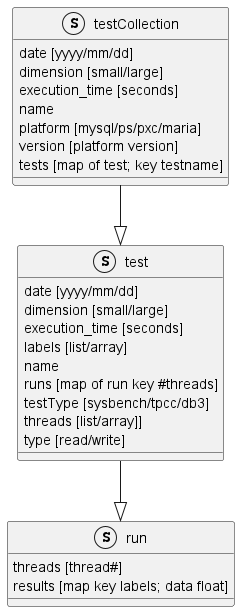
Tusamarco/sysbench-graph-creator keeps this PlantUML diagram as uml/objects.png. Above is the earlier version. Its diagram source:
```plantuml
@startuml

struct testCollection
struct test
struct run

testCollection --|> test
test --|> run



Struct testCollection{
date [yyyy/mm/dd]
dimension [small/large]
execution_time [seconds]
name
platform [mysql/ps/pxc/maria]
version [platform version]
tests [map of test; key testname]
}


Struct run{
threads [thread#]
results [map key labels; data float]
}

struct test {
date [yyyy/mm/dd]
dimension [small/large]
execution_time [seconds]
labels [list/array]
name
runs [map of run key #threads]
testType [sysbench/tpcc/db3]
threads [list/array]]
type [read/write]
}


@enduml
```
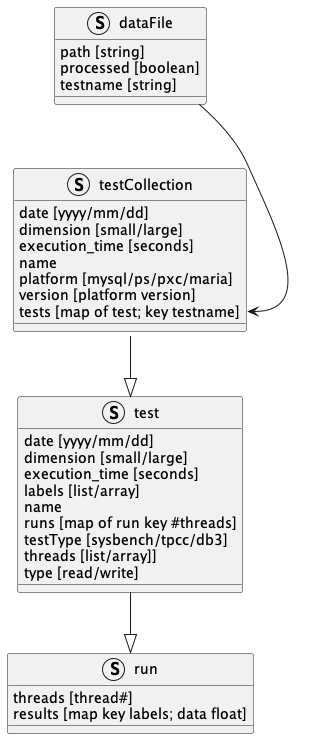
After the change.

Change to the diagram source:
```diff
@@ -3,10 +3,18 @@
 struct testCollection
 struct test
 struct run
+struct dataFile
 
+
+dataFile --> testCollection::tests
 testCollection --|> test
 test --|> run
 
+Struct dataFile{
+    path [string]
+    processed [boolean]
+    testname [string]
+}
 
 
 Struct testCollection{
```
